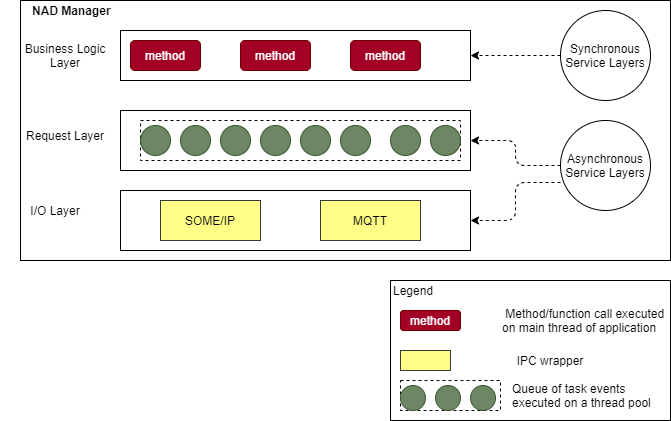
The draw.io diagram doc/SA cert/Design/figures/scalability/scalability-half_sync_nadmgr.png in taikt/codefun, before a commit. Source tidied: cells renumbered, new cells last; positions are measured from the earlier drawing's top-left corner, leaving out a move shared by most shapes. Source of this version:
```xml
<mxGraphModel>
  <root>
    <mxCell id="0" />
    <mxCell id="1" parent="0" />
    <mxCell id="2" style="rounded=0;whiteSpace=wrap;html=1;" parent="1" vertex="1">
      <mxGeometry x="20" width="650" height="260" as="geometry" />
    </mxCell>
    <mxCell id="3" value="method" style="rounded=1;whiteSpace=wrap;html=1;fillColor=#a20025;strokeColor=#6F0000;fontColor=#ffffff;" parent="1" vertex="1">
      <mxGeometry x="130" y="40" width="70" height="30" as="geometry" />
    </mxCell>
    <mxCell id="4" value="method" style="rounded=1;whiteSpace=wrap;html=1;fillColor=#a20025;strokeColor=#6F0000;fontColor=#ffffff;" parent="1" vertex="1">
      <mxGeometry x="240" y="40" width="70" height="30" as="geometry" />
    </mxCell>
    <mxCell id="5" value="method" style="rounded=1;whiteSpace=wrap;html=1;fillColor=#a20025;strokeColor=#6F0000;fontColor=#ffffff;" parent="1" vertex="1">
      <mxGeometry x="350" y="40" width="70" height="30" as="geometry" />
    </mxCell>
    <mxCell id="6" style="rounded=0;whiteSpace=wrap;html=1;dashed=1;" parent="1" vertex="1">
      <mxGeometry x="140" y="120" width="320" height="40" as="geometry" />
    </mxCell>
    <mxCell id="7" style="ellipse;whiteSpace=wrap;html=1;fillColor=#6d8764;strokeColor=#3A5431;fontColor=#ffffff;" parent="1" vertex="1">
      <mxGeometry x="140" y="125" width="30" height="30" as="geometry" />
    </mxCell>
    <mxCell id="8" style="ellipse;whiteSpace=wrap;html=1;fillColor=#6d8764;strokeColor=#3A5431;fontColor=#ffffff;" parent="1" vertex="1">
      <mxGeometry x="180" y="125" width="30" height="30" as="geometry" />
    </mxCell>
    <mxCell id="9" style="ellipse;whiteSpace=wrap;html=1;fillColor=#6d8764;strokeColor=#3A5431;fontColor=#ffffff;" parent="1" vertex="1">
      <mxGeometry x="220" y="125" width="30" height="30" as="geometry" />
    </mxCell>
    <mxCell id="10" style="ellipse;whiteSpace=wrap;html=1;fillColor=#6d8764;strokeColor=#3A5431;fontColor=#ffffff;" parent="1" vertex="1">
      <mxGeometry x="260" y="125" width="30" height="30" as="geometry" />
    </mxCell>
    <mxCell id="11" style="ellipse;whiteSpace=wrap;html=1;fillColor=#6d8764;strokeColor=#3A5431;fontColor=#ffffff;" parent="1" vertex="1">
      <mxGeometry x="300" y="125" width="30" height="30" as="geometry" />
    </mxCell>
    <mxCell id="12" style="ellipse;whiteSpace=wrap;html=1;fillColor=#6d8764;strokeColor=#3A5431;fontColor=#ffffff;" parent="1" vertex="1">
      <mxGeometry x="340" y="125" width="30" height="30" as="geometry" />
    </mxCell>
    <mxCell id="13" style="ellipse;whiteSpace=wrap;html=1;fillColor=#6d8764;strokeColor=#3A5431;fontColor=#ffffff;" parent="1" vertex="1">
      <mxGeometry x="390" y="125" width="30" height="30" as="geometry" />
    </mxCell>
    <mxCell id="14" style="ellipse;whiteSpace=wrap;html=1;fillColor=#6d8764;strokeColor=#3A5431;fontColor=#ffffff;" parent="1" vertex="1">
      <mxGeometry x="430" y="125" width="30" height="30" as="geometry" />
    </mxCell>
    <mxCell id="15" value="SOME/IP" style="rounded=0;whiteSpace=wrap;html=1;fillColor=#ffff88;strokeColor=#36393d;" parent="1" vertex="1">
      <mxGeometry x="160" y="200" width="100" height="40" as="geometry" />
    </mxCell>
    <mxCell id="16" value="Business Logic Layer" style="text;html=1;strokeColor=none;fillColor=none;align=center;verticalAlign=middle;whiteSpace=wrap;rounded=0;" parent="1" vertex="1">
      <mxGeometry x="10" y="45" width="110" height="20" as="geometry" />
    </mxCell>
    <mxCell id="17" value="Request Layer" style="text;html=1;strokeColor=none;fillColor=none;align=center;verticalAlign=middle;whiteSpace=wrap;rounded=0;" parent="1" vertex="1">
      <mxGeometry x="10" y="125" width="110" height="20" as="geometry" />
    </mxCell>
    <mxCell id="18" value="I/O Layer" style="text;html=1;strokeColor=none;fillColor=none;align=center;verticalAlign=middle;whiteSpace=wrap;rounded=0;" parent="1" vertex="1">
      <mxGeometry y="200" width="110" height="20" as="geometry" />
    </mxCell>
    <mxCell id="19" value="&lt;span style=&quot;color: rgba(0 , 0 , 0 , 0) ; font-family: monospace ; font-size: 0px&quot;&gt;%3CmxGraphModel%3E%3Croot%3E%3CmxCell%20id%3D%220%22%2F%3E%3CmxCell%20id%3D%221%22%20parent%3D%220%22%2F%3E%3CmxCell%20id%3D%222%22%20value%3D%22Business%20logic%22%20style%3D%22ellipse%3BwhiteSpace%3Dwrap%3Bhtml%3D1%3Baspect%3Dfixed%3BfillColor%3Dnone%3BgradientColor%3D%23ffffff%3B%22%20vertex%3D%221%22%20parent%3D%221%22%3E%3CmxGeometry%20x%3D%22690%22%20y%3D%2255%22%20width%3D%2255%22%20height%3D%2255%22%20as%3D%22geometry%22%2F%3E%3C%2FmxCell%3E%3C%2Froot%3E%3C%2FmxGraphModel%3E&lt;/span&gt;" style="rounded=0;whiteSpace=wrap;html=1;fillColor=none;gradientColor=#ffffff;" parent="1" vertex="1">
      <mxGeometry x="120" y="30" width="350" height="50" as="geometry" />
    </mxCell>
    <mxCell id="20" style="edgeStyle=orthogonalEdgeStyle;rounded=1;jettySize=auto;html=1;exitX=0;exitY=0.5;exitDx=0;exitDy=0;entryX=1;entryY=0.5;entryDx=0;entryDy=0;dashed=1;" parent="1" edge="1" source="21" target="19">
      <mxGeometry relative="1" as="geometry" />
    </mxCell>
    <mxCell id="21" value="Synchronous Service Layers" style="ellipse;whiteSpace=wrap;html=1;fillColor=none;gradientColor=#ffffff;" parent="1" vertex="1">
      <mxGeometry x="560" y="10" width="90" height="90" as="geometry" />
    </mxCell>
    <mxCell id="22" style="edgeStyle=orthogonalEdgeStyle;rounded=1;jettySize=auto;html=1;exitX=0;exitY=0.5;exitDx=0;exitDy=0;entryX=1;entryY=0.5;entryDx=0;entryDy=0;dashed=1;" parent="1" edge="1" source="23" target="37">
      <mxGeometry relative="1" as="geometry" />
    </mxCell>
    <mxCell id="23" value="Asynchronous Service Layers" style="ellipse;whiteSpace=wrap;html=1;fillColor=none;gradientColor=#ffffff;" parent="1" vertex="1">
      <mxGeometry x="560" y="120" width="90" height="90" as="geometry" />
    </mxCell>
    <mxCell id="24" style="edgeStyle=orthogonalEdgeStyle;rounded=1;jettySize=auto;html=1;dashed=1;entryX=1;entryY=0.5;entryDx=0;entryDy=0;" parent="1" edge="1" target="25">
      <mxGeometry relative="1" as="geometry">
        <mxPoint x="560" y="182" as="sourcePoint" />
      </mxGeometry>
    </mxCell>
    <mxCell id="25" style="rounded=0;whiteSpace=wrap;html=1;gradientColor=#ffffff;fillColor=none;" parent="1" vertex="1">
      <mxGeometry x="120" y="190" width="350" height="60" as="geometry" />
    </mxCell>
    <mxCell id="26" value="&lt;b&gt;NAD Manager&amp;nbsp;&lt;/b&gt;" style="text;html=1;strokeColor=none;fillColor=none;align=left;verticalAlign=middle;whiteSpace=wrap;rounded=0;" parent="1" vertex="1">
      <mxGeometry x="30" width="200" height="20" as="geometry" />
    </mxCell>
    <mxCell id="27" value="MQTT" style="rounded=0;whiteSpace=wrap;html=1;fillColor=#ffff88;strokeColor=#36393d;" parent="1" vertex="1">
      <mxGeometry x="320" y="200" width="100" height="40" as="geometry" />
    </mxCell>
    <mxCell id="28" style="rounded=0;whiteSpace=wrap;html=1;" parent="1" vertex="1">
      <mxGeometry x="390" y="280" width="280" height="140" as="geometry" />
    </mxCell>
    <mxCell id="29" value="Legend" style="text;html=1;strokeColor=none;fillColor=none;align=center;verticalAlign=middle;whiteSpace=wrap;rounded=0;" parent="1" vertex="1">
      <mxGeometry x="392.5" y="280" width="40" height="20" as="geometry" />
    </mxCell>
    <mxCell id="30" style="rounded=0;whiteSpace=wrap;html=1;fillColor=#ffff88;strokeColor=#36393d;" parent="1" vertex="1">
      <mxGeometry x="400" y="350" width="50" height="20" as="geometry" />
    </mxCell>
    <mxCell id="31" value="IPC wrapper" style="text;html=1;strokeColor=none;fillColor=none;align=center;verticalAlign=middle;whiteSpace=wrap;rounded=0;" parent="1" vertex="1">
      <mxGeometry x="510" y="350" width="80" height="20" as="geometry" />
    </mxCell>
    <mxCell id="32" style="rounded=0;whiteSpace=wrap;html=1;dashed=1;" parent="1" vertex="1">
      <mxGeometry x="400" y="380" width="100" height="30" as="geometry" />
    </mxCell>
    <mxCell id="33" style="ellipse;whiteSpace=wrap;html=1;fillColor=#6d8764;strokeColor=#3A5431;fontColor=#ffffff;" parent="1" vertex="1">
      <mxGeometry x="400" y="385" width="25" height="25" as="geometry" />
    </mxCell>
    <mxCell id="34" style="ellipse;whiteSpace=wrap;html=1;fillColor=#6d8764;strokeColor=#3A5431;fontColor=#ffffff;" parent="1" vertex="1">
      <mxGeometry x="435" y="385" width="25" height="25" as="geometry" />
    </mxCell>
    <mxCell id="35" style="ellipse;whiteSpace=wrap;html=1;fillColor=#6d8764;strokeColor=#3A5431;fontColor=#ffffff;" parent="1" vertex="1">
      <mxGeometry x="470" y="385" width="25" height="25" as="geometry" />
    </mxCell>
    <mxCell id="36" value="Queue of task events executed on a thread pool" style="text;html=1;strokeColor=none;fillColor=none;align=left;verticalAlign=middle;whiteSpace=wrap;rounded=0;" parent="1" vertex="1">
      <mxGeometry x="510" y="385" width="150" height="20" as="geometry" />
    </mxCell>
    <mxCell id="37" style="rounded=0;whiteSpace=wrap;html=1;fillColor=none;" parent="1" vertex="1">
      <mxGeometry x="120" y="110" width="350" height="60" as="geometry" />
    </mxCell>
    <mxCell id="38" value="method" style="rounded=1;whiteSpace=wrap;html=1;fillColor=#a20025;strokeColor=#6F0000;fontColor=#ffffff;" parent="1" vertex="1">
      <mxGeometry x="400" y="310" width="60" height="20" as="geometry" />
    </mxCell>
    <mxCell id="39" value="&lt;div&gt;&lt;span&gt;&amp;nbsp;Method/function call executed on main thread of application&lt;/span&gt;&lt;/div&gt;" style="text;html=1;strokeColor=none;fillColor=none;align=left;verticalAlign=middle;whiteSpace=wrap;rounded=0;" parent="1" vertex="1">
      <mxGeometry x="500" y="310" width="170" height="20" as="geometry" />
    </mxCell>
  </root>
</mxGraphModel>
```
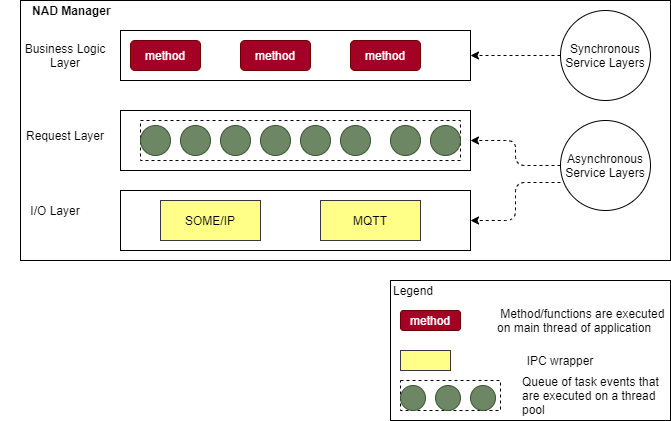
Later version of the same file.

What changed in the source:
```diff
@@ -92,7 +92,7 @@
       <mxGeometry x="400" y="350" width="50" height="20" as="geometry" />
     </mxCell>
     <mxCell id="31" value="IPC wrapper" style="text;html=1;strokeColor=none;fillColor=none;align=center;verticalAlign=middle;whiteSpace=wrap;rounded=0;" parent="1" vertex="1">
-      <mxGeometry x="510" y="350" width="80" height="20" as="geometry" />
+      <mxGeometry x="520" y="350" width="80" height="20" as="geometry" />
     </mxCell>
     <mxCell id="32" style="rounded=0;whiteSpace=wrap;html=1;dashed=1;" parent="1" vertex="1">
       <mxGeometry x="400" y="380" width="100" height="30" as="geometry" />
@@ -106,8 +106,8 @@
     <mxCell id="35" style="ellipse;whiteSpace=wrap;html=1;fillColor=#6d8764;strokeColor=#3A5431;fontColor=#ffffff;" parent="1" vertex="1">
       <mxGeometry x="470" y="385" width="25" height="25" as="geometry" />
     </mxCell>
-    <mxCell id="36" value="Queue of task events executed on a thread pool" style="text;html=1;strokeColor=none;fillColor=none;align=left;verticalAlign=middle;whiteSpace=wrap;rounded=0;" parent="1" vertex="1">
-      <mxGeometry x="510" y="385" width="150" height="20" as="geometry" />
+    <mxCell id="36" value="Queue of task events that are executed on a thread pool" style="text;html=1;strokeColor=none;fillColor=none;align=left;verticalAlign=middle;whiteSpace=wrap;rounded=0;" parent="1" vertex="1">
+      <mxGeometry x="520" y="385" width="150" height="20" as="geometry" />
     </mxCell>
     <mxCell id="37" style="rounded=0;whiteSpace=wrap;html=1;fillColor=none;" parent="1" vertex="1">
       <mxGeometry x="120" y="110" width="350" height="60" as="geometry" />
@@ -115,8 +115,8 @@
     <mxCell id="38" value="method" style="rounded=1;whiteSpace=wrap;html=1;fillColor=#a20025;strokeColor=#6F0000;fontColor=#ffffff;" parent="1" vertex="1">
       <mxGeometry x="400" y="310" width="60" height="20" as="geometry" />
     </mxCell>
-    <mxCell id="39" value="&lt;div&gt;&lt;span&gt;&amp;nbsp;Method/function call executed on main thread of application&lt;/span&gt;&lt;/div&gt;" style="text;html=1;strokeColor=none;fillColor=none;align=left;verticalAlign=middle;whiteSpace=wrap;rounded=0;" parent="1" vertex="1">
-      <mxGeometry x="500" y="310" width="170" height="20" as="geometry" />
+    <mxCell id="39" value="&lt;div&gt;&lt;span&gt;&amp;nbsp;Method/functions are executed on main thread of application&lt;/span&gt;&lt;/div&gt;" style="text;html=1;strokeColor=none;fillColor=none;align=left;verticalAlign=middle;whiteSpace=wrap;rounded=0;" parent="1" vertex="1">
+      <mxGeometry x="495" y="310" width="170" height="20" as="geometry" />
     </mxCell>
   </root>
 </mxGraphModel>
```
